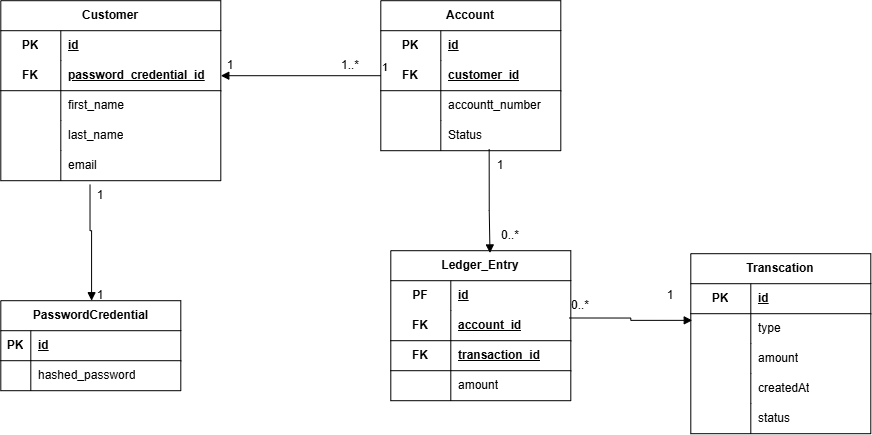
Above: images/database-design.png in AyanleDeeq1/digital-banking-system (draw.io), before the change. Source tidied: cells renumbered, new cells last; positions are measured from the earlier drawing's top-left corner, leaving out a move shared by most shapes.
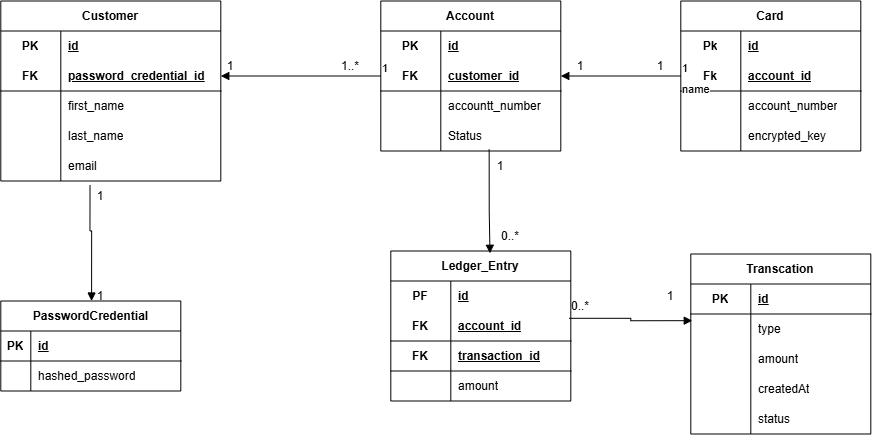
The same diagram one commit later.

Diff of the diagram source:
```diff
@@ -247,5 +247,56 @@
     <mxCell id="79" value="1" style="text;html=1;whiteSpace=wrap;strokeColor=none;fillColor=none;align=center;verticalAlign=middle;rounded=0;" parent="1" vertex="1">
       <mxGeometry x="640" y="280" width="60" height="30" as="geometry" />
     </mxCell>
+    <mxCell id="80" value="Card" style="shape=table;startSize=30;rowLines=0;fontStyle=1;align=center;html=1;whiteSpace=wrap;" parent="1" vertex="1">
+      <mxGeometry x="680" width="180" height="150" as="geometry" />
+    </mxCell>
+    <mxCell id="81" style="shape=tableRow;horizontal=0;startSize=0;swimlaneHead=0;swimlaneBody=0;fillColor=none;top=0;left=0;right=0;bottom=0;html=1;" parent="80" vertex="1">
+      <mxGeometry y="30" width="180" height="30" as="geometry" />
+    </mxCell>
+    <mxCell id="82" value="Pk" style="shape=partialRectangle;fillColor=none;top=0;left=0;bottom=0;right=0;fontStyle=1;overflow=hidden;html=1;whiteSpace=wrap;" parent="81" vertex="1">
+      <mxGeometry width="60" height="30" as="geometry" />
+    </mxCell>
+    <mxCell id="83" value="id" style="shape=partialRectangle;fillColor=none;top=0;left=0;bottom=0;right=0;align=left;spacingLeft=6;fontStyle=5;overflow=hidden;html=1;whiteSpace=wrap;" parent="81" vertex="1">
+      <mxGeometry x="60" width="120" height="30" as="geometry" />
+    </mxCell>
+    <mxCell id="84" style="shape=tableRow;horizontal=0;startSize=0;swimlaneHead=0;swimlaneBody=0;fillColor=none;points=[[0,0.5],[1,0.5]];portConstraint=eastwest;top=0;left=0;right=0;bottom=1;html=1;" parent="80" vertex="1">
+      <mxGeometry y="60" width="180" height="30" as="geometry" />
+    </mxCell>
+    <mxCell id="85" value="Fk" style="shape=partialRectangle;fillColor=none;top=0;left=0;bottom=0;right=0;fontStyle=1;overflow=hidden;html=1;whiteSpace=wrap;" parent="84" vertex="1">
+      <mxGeometry width="60" height="30" as="geometry" />
+    </mxCell>
+    <mxCell id="86" value="account_id" style="shape=partialRectangle;fillColor=none;top=0;left=0;bottom=0;right=0;align=left;spacingLeft=6;fontStyle=5;overflow=hidden;html=1;whiteSpace=wrap;" parent="84" vertex="1">
+      <mxGeometry x="60" width="120" height="30" as="geometry" />
+    </mxCell>
+    <mxCell id="87" style="shape=tableRow;horizontal=0;startSize=0;swimlaneHead=0;swimlaneBody=0;fillColor=none;top=0;left=0;right=0;bottom=0;html=1;" parent="80" vertex="1">
+      <mxGeometry y="90" width="180" height="30" as="geometry" />
+    </mxCell>
+    <mxCell id="88" style="shape=partialRectangle;fillColor=none;top=0;left=0;bottom=0;right=0;overflow=hidden;html=1;whiteSpace=wrap;" parent="87" vertex="1">
+      <mxGeometry width="60" height="30" as="geometry" />
+    </mxCell>
+    <mxCell id="89" value="account_number" style="shape=partialRectangle;fillColor=none;top=0;left=0;bottom=0;right=0;align=left;spacingLeft=6;overflow=hidden;html=1;whiteSpace=wrap;" parent="87" vertex="1">
+      <mxGeometry x="60" width="120" height="30" as="geometry" />
+    </mxCell>
+    <mxCell id="90" style="shape=tableRow;horizontal=0;startSize=0;swimlaneHead=0;swimlaneBody=0;fillColor=none;top=0;left=0;right=0;bottom=0;html=1;" parent="80" vertex="1">
+      <mxGeometry y="120" width="180" height="30" as="geometry" />
+    </mxCell>
+    <mxCell id="91" style="shape=partialRectangle;fillColor=none;top=0;left=0;bottom=0;right=0;overflow=hidden;html=1;whiteSpace=wrap;" parent="90" vertex="1">
+      <mxGeometry width="60" height="30" as="geometry" />
+    </mxCell>
+    <mxCell id="92" value="encrypted_key" style="shape=partialRectangle;fillColor=none;top=0;left=0;bottom=0;right=0;align=left;spacingLeft=6;overflow=hidden;html=1;whiteSpace=wrap;" parent="90" vertex="1">
+      <mxGeometry x="60" width="120" height="30" as="geometry" />
+    </mxCell>
+    <mxCell id="93" value="name" style="endArrow=block;endFill=1;html=1;edgeStyle=orthogonalEdgeStyle;align=left;verticalAlign=top;rounded=0;entryX=1;entryY=0.5;entryDx=0;entryDy=0;exitX=0;exitY=0.5;exitDx=0;exitDy=0;" parent="1" edge="1" source="84" target="29">
+      <mxGeometry x="-1" relative="1" as="geometry" />
+    </mxCell>
+    <mxCell id="94" value="1" style="edgeLabel;html=1;align=left;verticalAlign=bottom;" parent="93" vertex="1">
+      <mxGeometry x="-1" relative="1" as="geometry" />
+    </mxCell>
+    <mxCell id="95" value="1" style="text;html=1;whiteSpace=wrap;strokeColor=none;fillColor=none;align=center;verticalAlign=middle;rounded=0;" parent="1" vertex="1">
+      <mxGeometry x="550" y="50" width="60" height="30" as="geometry" />
+    </mxCell>
+    <mxCell id="96" value="1" style="text;html=1;whiteSpace=wrap;strokeColor=none;fillColor=none;align=center;verticalAlign=middle;rounded=0;" parent="1" vertex="1">
+      <mxGeometry x="630" y="50" width="60" height="30" as="geometry" />
+    </mxCell>
   </root>
 </mxGraphModel>
```
